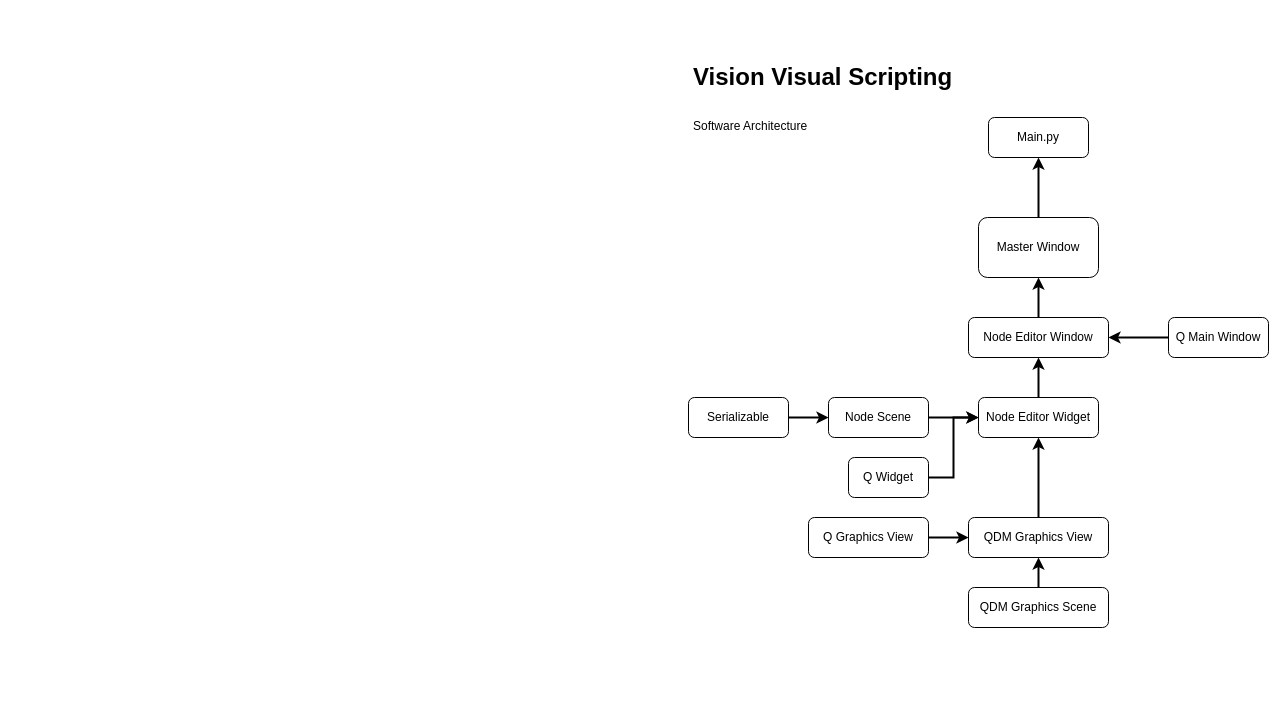
Above: VVS Architecture.drawio in Sheriff99yt/Vision_Visual_Scripting (draw.io), before the change. Source tidied: cells renumbered, new cells numbered last; positions are measured from the earlier drawing's top-left corner, leaving out a move shared by most shapes. Both pictures are drawn from the tidied source at 100%, with x=0, y=0 at pixel (688, 57).
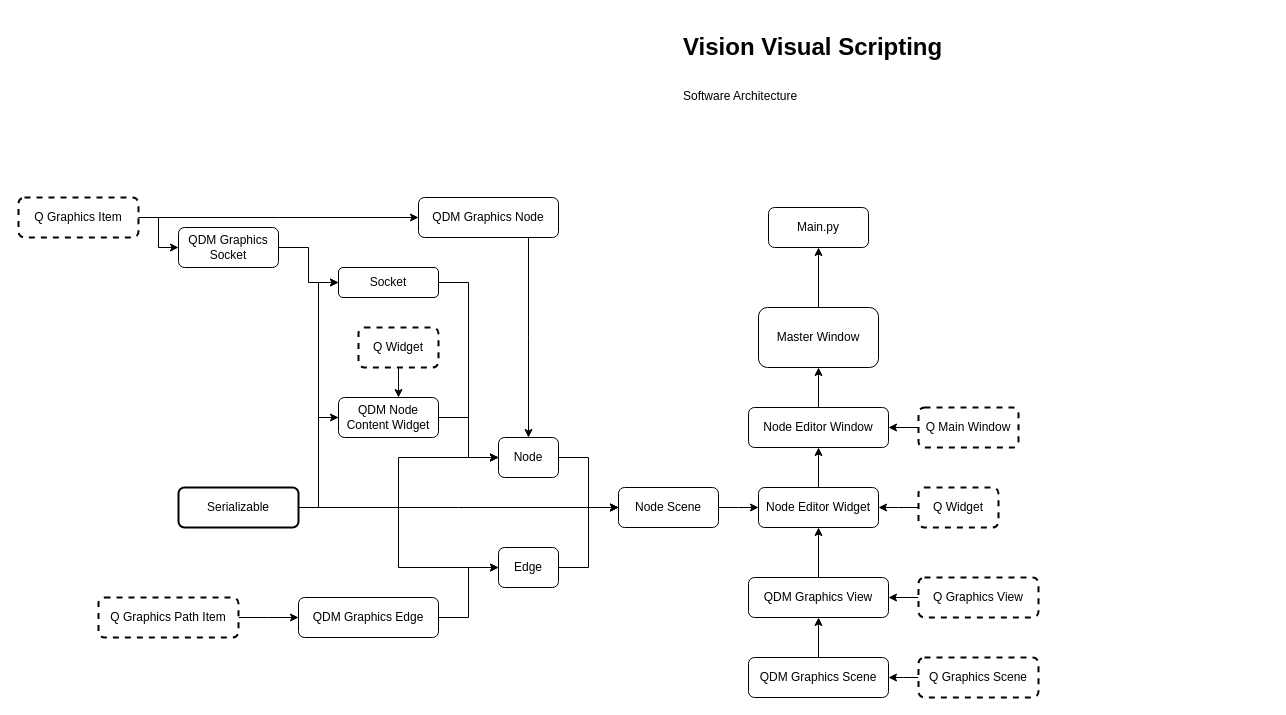
The same page after the edit.

What changed in the source:
```diff
@@
-    <mxCell id="2" value="&lt;h1&gt;&lt;span&gt;Vision Visual Scripting&lt;/span&gt;&lt;/h1&gt;&lt;h1&gt;&lt;span style=&quot;font-size: 12px ; font-weight: normal&quot;&gt;Software Architecture&lt;/span&gt;&lt;br&gt;&lt;/h1&gt;" style="text;html=1;strokeColor=none;fillColor=none;spacing=5;spacingTop=-20;whiteSpace=wrap;overflow=hidden;rounded=0;" parent="1" vertex="1">
-      <mxGeometry width="340" height="110" as="geometry" />
+    <mxCell id="2" value="&lt;h1&gt;&lt;span&gt;Vision Visual Scripting&lt;/span&gt;&lt;/h1&gt;&lt;h1&gt;&lt;span style=&quot;font-size: 12px ; font-weight: normal&quot;&gt;Software Architecture&lt;/span&gt;&lt;br&gt;&lt;/h1&gt;" style="text;html=1;strokeColor=none;fillColor=none;spacing=5;spacingTop=-20;whiteSpace=wrap;overflow=hidden;rounded=0;strokeWidth=1;" parent="1" vertex="1">
+      <mxGeometry x="-10" y="-30" width="340" height="110" as="geometry" />
     </mxCell>
-    <mxCell id="3" style="rounded=0;jettySize=auto;html=1;endArrow=none;endFill=0;startArrow=classic;startFill=1;strokeWidth=2;" parent="1" edge="1" source="4" target="6">
+    <mxCell id="3" style="rounded=0;jettySize=auto;html=1;endArrow=none;endFill=0;startArrow=classic;startFill=1;strokeWidth=1;" parent="1" edge="1" source="4" target="6">
       <mxGeometry relative="1" as="geometry" />
     </mxCell>
-    <mxCell id="4" value="Main.py" style="rounded=1;whiteSpace=wrap;html=1;" parent="1" vertex="1">
-      <mxGeometry x="300" y="60" width="100" height="40" as="geometry" />
+    <mxCell id="4" value="Main.py" style="rounded=1;whiteSpace=wrap;html=1;strokeWidth=1;" parent="1" vertex="1">
+      <mxGeometry x="80" y="150" width="100" height="40" as="geometry" />
     </mxCell>
-    <mxCell id="5" style="rounded=0;jettySize=auto;html=1;jumpSize=6;jumpStyle=none;targetPerimeterSpacing=0;strokeWidth=2;" parent="1" edge="1" source="9" target="6">
+    <mxCell id="5" style="rounded=0;jettySize=auto;html=1;jumpSize=6;jumpStyle=none;targetPerimeterSpacing=0;strokeWidth=1;" parent="1" edge="1" source="9" target="6">
       <mxGeometry relative="1" as="geometry" />
     </mxCell>
-    <mxCell id="6" value="Master Window" style="whiteSpace=wrap;html=1;rounded=1;" parent="1" vertex="1">
-      <mxGeometry x="290" y="160" width="120" height="60" as="geometry" />
+    <mxCell id="6" value="Master Window" style="whiteSpace=wrap;html=1;rounded=1;strokeWidth=1;" parent="1" vertex="1">
+      <mxGeometry x="70" y="250" width="120" height="60" as="geometry" />
     </mxCell>
-    <mxCell id="7" style="rounded=0;jettySize=auto;html=1;startArrow=classic;startFill=1;endArrow=none;endFill=0;strokeWidth=2;" parent="1" edge="1" source="9" target="10">
+    <mxCell id="7" style="rounded=0;jettySize=auto;html=1;startArrow=classic;startFill=1;endArrow=none;endFill=0;strokeWidth=1;" parent="1" edge="1" source="9" target="10">
       <mxGeometry relative="1" as="geometry" />
     </mxCell>
-    <mxCell id="8" style="rounded=0;jettySize=auto;html=1;startArrow=classic;startFill=1;endArrow=none;endFill=0;strokeWidth=2;" parent="1" edge="1" source="9" target="14">
+    <mxCell id="8" style="rounded=0;jettySize=auto;html=1;startArrow=classic;startFill=1;endArrow=none;endFill=0;strokeWidth=1;" parent="1" edge="1" source="9" target="14">
       <mxGeometry relative="1" as="geometry" />
     </mxCell>
-    <mxCell id="9" value="Node Editor Window" style="whiteSpace=wrap;html=1;rounded=1;" parent="1" vertex="1">
-      <mxGeometry x="280" y="260" width="140" height="40" as="geometry" />
+    <mxCell id="9" value="Node Editor Window" style="whiteSpace=wrap;html=1;rounded=1;strokeWidth=1;" parent="1" vertex="1">
+      <mxGeometry x="60" y="350" width="140" height="40" as="geometry" />
     </mxCell>
-    <mxCell id="10" value="Q Main Window" style="whiteSpace=wrap;html=1;rounded=1;" parent="1" vertex="1">
-      <mxGeometry x="480" y="260" width="100" height="40" as="geometry" />
+    <mxCell id="10" value="Q Main Window" style="whiteSpace=wrap;html=1;rounded=1;strokeWidth=2;dashed=1;" parent="1" vertex="1">
+      <mxGeometry x="230" y="350" width="100" height="40" as="geometry" />
     </mxCell>
-    <mxCell id="11" style="rounded=0;jettySize=auto;html=1;startArrow=classic;startFill=1;endArrow=none;endFill=0;strokeWidth=2;edgeStyle=elbowEdgeStyle;" parent="1" edge="1" source="14" target="15">
-      <mxGeometry relative="1" as="geometry" />
-    </mxCell>
-    <mxCell id="12" style="rounded=0;jettySize=auto;html=1;startArrow=classic;startFill=1;endArrow=none;endFill=0;strokeWidth=2;" parent="1" edge="1" source="14" target="17">
+    <mxCell id="12" style="rounded=0;jettySize=auto;html=1;startArrow=classic;startFill=1;endArrow=none;endFill=0;strokeWidth=1;edgeStyle=elbowEdgeStyle;" parent="1" edge="1" source="14" target="17">
       <mxGeometry relative="1" as="geometry" />
     </mxCell>
-    <mxCell id="13" style="rounded=0;jettySize=auto;html=1;startArrow=classic;startFill=1;endArrow=none;endFill=0;strokeWidth=2;" parent="1" edge="1" source="14" target="20">
+    <mxCell id="13" style="rounded=0;jettySize=auto;html=1;startArrow=classic;startFill=1;endArrow=none;endFill=0;strokeWidth=1;" parent="1" edge="1" source="14" target="20">
       <mxGeometry relative="1" as="geometry" />
     </mxCell>
+    <mxCell id="24" style="edgeStyle=elbowEdgeStyle;rounded=0;jumpStyle=none;jumpSize=6;jettySize=auto;html=1;startArrow=classic;startFill=1;endArrow=none;endFill=0;targetPerimeterSpacing=0;strokeWidth=1;" parent="1" edge="1" source="14" target="50">
+      <mxGeometry relative="1" as="geometry" />
+    </mxCell>
-    <mxCell id="14" value="Node Editor Widget" style="whiteSpace=wrap;html=1;rounded=1;" parent="1" vertex="1">
-      <mxGeometry x="290" y="340" width="120" height="40" as="geometry" />
+    <mxCell id="14" value="Node Editor Widget" style="whiteSpace=wrap;html=1;rounded=1;strokeWidth=1;" parent="1" vertex="1">
+      <mxGeometry x="70" y="430" width="120" height="40" as="geometry" />
     </mxCell>
-    <mxCell id="15" value="Q Widget" style="whiteSpace=wrap;html=1;rounded=1;" parent="1" vertex="1">
-      <mxGeometry x="160" y="400" width="80" height="40" as="geometry" />
+    <mxCell id="15" value="Q Widget" style="whiteSpace=wrap;html=1;rounded=1;strokeWidth=2;dashed=1;" parent="1" vertex="1">
+      <mxGeometry x="-330" y="270" width="80" height="40" as="geometry" />
     </mxCell>
+    <mxCell id="25" style="edgeStyle=elbowEdgeStyle;rounded=0;jumpStyle=none;jumpSize=6;jettySize=auto;html=1;startArrow=classic;startFill=1;endArrow=none;endFill=0;endSize=12;targetPerimeterSpacing=0;strokeWidth=1;" parent="1" edge="1" source="17" target="32">
+      <mxGeometry relative="1" as="geometry" />
+    </mxCell>
-    <mxCell id="16" style="rounded=0;jettySize=auto;html=1;startArrow=classic;startFill=1;endArrow=none;endFill=0;strokeWidth=2;" parent="1" edge="1" source="17" target="21">
+    <mxCell id="16" style="edgeStyle=elbowEdgeStyle;rounded=0;jumpStyle=none;jumpSize=6;jettySize=auto;html=1;startArrow=classic;startFill=1;endArrow=none;endFill=0;targetPerimeterSpacing=0;strokeWidth=1;" parent="1" edge="1" source="17" target="21">
       <mxGeometry relative="1" as="geometry" />
     </mxCell>
-    <mxCell id="17" value="Node Scene" style="whiteSpace=wrap;html=1;rounded=1;" parent="1" vertex="1">
-      <mxGeometry x="140" y="340" width="100" height="40" as="geometry" />
+    <mxCell id="17" value="Node Scene" style="whiteSpace=wrap;html=1;rounded=1;strokeWidth=1;" parent="1" vertex="1">
+      <mxGeometry x="-70" y="430" width="100" height="40" as="geometry" />
     </mxCell>
-    <mxCell id="18" style="rounded=0;jettySize=auto;html=1;startArrow=classic;startFill=1;endArrow=none;endFill=0;strokeWidth=2;" parent="1" edge="1" source="20" target="22">
+    <mxCell id="18" style="rounded=0;jettySize=auto;html=1;startArrow=classic;startFill=1;endArrow=none;endFill=0;strokeWidth=1;" parent="1" edge="1" source="20" target="22">
       <mxGeometry relative="1" as="geometry" />
     </mxCell>
-    <mxCell id="19" style="rounded=0;jettySize=auto;html=1;startArrow=classic;startFill=1;endArrow=none;endFill=0;strokeWidth=2;" parent="1" edge="1" source="20" target="23">
+    <mxCell id="19" style="rounded=0;jettySize=auto;html=1;startArrow=classic;startFill=1;endArrow=none;endFill=0;strokeWidth=1;" parent="1" edge="1" source="20" target="23">
       <mxGeometry relative="1" as="geometry" />
     </mxCell>
-    <mxCell id="20" value="QDM Graphics View" style="whiteSpace=wrap;html=1;rounded=1;" parent="1" vertex="1">
-      <mxGeometry x="280" y="460" width="140" height="40" as="geometry" />
+    <mxCell id="20" value="QDM Graphics View" style="whiteSpace=wrap;html=1;rounded=1;strokeWidth=1;" parent="1" vertex="1">
+      <mxGeometry x="60" y="520" width="140" height="40" as="geometry" />
     </mxCell>
-    <mxCell id="21" value="Serializable" style="whiteSpace=wrap;html=1;rounded=1;" parent="1" vertex="1">
-      <mxGeometry y="340" width="100" height="40" as="geometry" />
+    <mxCell id="21" value="Serializable" style="whiteSpace=wrap;html=1;rounded=1;strokeWidth=2;strokeColor=#050000;" parent="1" vertex="1">
+      <mxGeometry x="-510" y="430" width="120" height="40" as="geometry" />
     </mxCell>
-    <mxCell id="22" value="Q Graphics View" style="whiteSpace=wrap;html=1;rounded=1;" parent="1" vertex="1">
-      <mxGeometry x="120" y="460" width="120" height="40" as="geometry" />
+    <mxCell id="22" value="Q Graphics View" style="whiteSpace=wrap;html=1;rounded=1;strokeWidth=2;dashed=1;" parent="1" vertex="1">
+      <mxGeometry x="230" y="520" width="120" height="40" as="geometry" />
     </mxCell>
+    <mxCell id="26" style="edgeStyle=elbowEdgeStyle;rounded=0;jumpStyle=none;jumpSize=6;jettySize=auto;html=1;startArrow=classic;startFill=1;endArrow=none;endFill=0;targetPerimeterSpacing=0;strokeWidth=1;" parent="1" edge="1" source="23" target="53">
+      <mxGeometry relative="1" as="geometry" />
+    </mxCell>
-    <mxCell id="23" value="QDM Graphics Scene" style="whiteSpace=wrap;html=1;rounded=1;" parent="1" vertex="1">
-      <mxGeometry x="280" y="530" width="140" height="40" as="geometry" />
+    <mxCell id="23" value="QDM Graphics Scene" style="whiteSpace=wrap;html=1;rounded=1;strokeWidth=1;" parent="1" vertex="1">
+      <mxGeometry x="60" y="600" width="140" height="40" as="geometry" />
     </mxCell>
+    <mxCell id="27" style="rounded=0;jumpStyle=none;jumpSize=6;jettySize=auto;html=1;startArrow=none;startFill=1;endArrow=none;endFill=0;endSize=12;targetPerimeterSpacing=0;strokeWidth=1;edgeStyle=elbowEdgeStyle;" parent="1" edge="1" source="51" target="21">
+      <mxGeometry relative="1" as="geometry" />
+    </mxCell>
+    <mxCell id="28" style="edgeStyle=elbowEdgeStyle;rounded=0;jumpStyle=none;jumpSize=6;jettySize=auto;html=1;startArrow=classic;startFill=1;endArrow=none;endFill=0;endSize=12;targetPerimeterSpacing=0;strokeWidth=1;" parent="1" edge="1" source="32" target="34">
+      <mxGeometry relative="1" as="geometry" />
+    </mxCell>
+    <mxCell id="29" style="rounded=0;jumpStyle=none;jumpSize=6;jettySize=auto;html=1;startArrow=classic;startFill=1;endArrow=none;endFill=0;endSize=12;targetPerimeterSpacing=0;strokeWidth=1;edgeStyle=elbowEdgeStyle;" parent="1" edge="1" source="32" target="51">
+      <mxGeometry relative="1" as="geometry" />
+    </mxCell>
+    <mxCell id="30" style="rounded=0;jumpStyle=none;jumpSize=6;jettySize=auto;html=1;startArrow=classic;startFill=1;endArrow=none;endFill=0;targetPerimeterSpacing=0;strokeWidth=1;edgeStyle=elbowEdgeStyle;" parent="1" edge="1" source="32" target="39">
+      <mxGeometry relative="1" as="geometry" />
+    </mxCell>
+    <mxCell id="31" style="edgeStyle=elbowEdgeStyle;rounded=0;jumpStyle=none;jumpSize=6;jettySize=auto;html=1;startArrow=classic;startFill=1;endArrow=none;endFill=0;targetPerimeterSpacing=0;strokeWidth=1;" parent="1" edge="1" source="32" target="21">
+      <mxGeometry relative="1" as="geometry" />
+    </mxCell>
+    <mxCell id="32" value="Node" style="whiteSpace=wrap;html=1;rounded=1;strokeWidth=1;" parent="1" vertex="1">
+      <mxGeometry x="-190" y="380" width="60" height="40" as="geometry" />
+    </mxCell>
+    <mxCell id="33" style="edgeStyle=elbowEdgeStyle;rounded=0;jumpStyle=none;jumpSize=6;jettySize=auto;html=1;startArrow=classic;startFill=1;endArrow=none;endFill=0;endSize=12;targetPerimeterSpacing=0;strokeWidth=1;" parent="1" edge="1" source="34" target="40">
+      <mxGeometry relative="1" as="geometry" />
+    </mxCell>
+    <mxCell id="34" value="QDM Graphics Node" style="rounded=1;whiteSpace=wrap;html=1;strokeWidth=1;" parent="1" vertex="1">
+      <mxGeometry x="-270" y="140" width="140" height="40" as="geometry" />
+    </mxCell>
+    <mxCell id="35" style="edgeStyle=elbowEdgeStyle;rounded=0;jumpStyle=none;jumpSize=6;jettySize=auto;html=1;startArrow=classic;startFill=1;endArrow=none;endFill=0;endSize=12;targetPerimeterSpacing=0;strokeWidth=1;" parent="1" edge="1" source="51" target="15">
+      <mxGeometry relative="1" as="geometry" />
+    </mxCell>
+    <mxCell id="36" style="rounded=0;jumpStyle=none;jumpSize=6;jettySize=auto;html=1;startArrow=classic;startFill=1;endArrow=none;endFill=0;endSize=12;targetPerimeterSpacing=0;strokeWidth=1;edgeStyle=elbowEdgeStyle;" parent="1" edge="1" source="51" target="21">
+      <mxGeometry relative="1" as="geometry" />
+    </mxCell>
+    <mxCell id="37" style="rounded=0;jumpStyle=none;jumpSize=6;jettySize=auto;html=1;startArrow=classic;startFill=1;endArrow=none;endFill=0;endSize=12;targetPerimeterSpacing=0;strokeWidth=1;edgeStyle=elbowEdgeStyle;" parent="1" edge="1" source="39" target="21">
+      <mxGeometry relative="1" as="geometry" />
+    </mxCell>
+    <mxCell id="38" style="edgeStyle=elbowEdgeStyle;rounded=0;jumpStyle=none;jumpSize=6;jettySize=auto;html=1;startArrow=classic;startFill=1;endArrow=none;endFill=0;targetPerimeterSpacing=0;strokeWidth=1;" parent="1" edge="1" source="39" target="42">
+      <mxGeometry relative="1" as="geometry" />
+    </mxCell>
+    <mxCell id="39" value="Socket" style="rounded=1;whiteSpace=wrap;html=1;strokeWidth=1;" parent="1" vertex="1">
+      <mxGeometry x="-350" y="210" width="100" height="30" as="geometry" />
+    </mxCell>
+    <mxCell id="40" value="Q Graphics Item" style="whiteSpace=wrap;html=1;rounded=1;strokeWidth=2;dashed=1;" parent="1" vertex="1">
+      <mxGeometry x="-670" y="140" width="120" height="40" as="geometry" />
+    </mxCell>
+    <mxCell id="41" style="edgeStyle=elbowEdgeStyle;rounded=0;jumpStyle=none;jumpSize=6;jettySize=auto;html=1;startArrow=classic;startFill=1;endArrow=none;endFill=0;targetPerimeterSpacing=0;strokeWidth=1;" parent="1" edge="1" source="42" target="40">
+      <mxGeometry relative="1" as="geometry" />
+    </mxCell>
+    <mxCell id="42" value="QDM Graphics Socket" style="whiteSpace=wrap;html=1;rounded=1;strokeWidth=1;" parent="1" vertex="1">
+      <mxGeometry x="-510" y="170" width="100" height="40" as="geometry" />
+    </mxCell>
+    <mxCell id="43" style="edgeStyle=elbowEdgeStyle;rounded=0;jumpStyle=none;jumpSize=6;jettySize=auto;html=1;startArrow=classic;startFill=1;endArrow=none;endFill=0;strokeWidth=1;sourcePerimeterSpacing=0;" parent="1" edge="1" source="17" target="46">
+      <mxGeometry relative="1" as="geometry" />
+    </mxCell>
+    <mxCell id="44" style="edgeStyle=elbowEdgeStyle;rounded=0;jumpStyle=none;jumpSize=6;jettySize=auto;html=1;startArrow=classic;startFill=1;endArrow=none;endFill=0;targetPerimeterSpacing=0;strokeWidth=1;" parent="1" edge="1" source="46" target="48">
+      <mxGeometry relative="1" as="geometry" />
+    </mxCell>
+    <mxCell id="45" style="edgeStyle=elbowEdgeStyle;rounded=0;jumpStyle=none;jumpSize=6;jettySize=auto;html=1;startArrow=classic;startFill=1;endArrow=none;endFill=0;targetPerimeterSpacing=0;strokeWidth=1;" parent="1" edge="1" source="46" target="21">
+      <mxGeometry relative="1" as="geometry" />
+    </mxCell>
+    <mxCell id="46" value="Edge" style="whiteSpace=wrap;html=1;rounded=1;strokeWidth=1;" parent="1" vertex="1">
+      <mxGeometry x="-190" y="490" width="60" height="40" as="geometry" />
+    </mxCell>
+    <mxCell id="47" style="edgeStyle=elbowEdgeStyle;rounded=0;jumpStyle=none;jumpSize=6;jettySize=auto;html=1;startArrow=classic;startFill=1;endArrow=none;endFill=0;targetPerimeterSpacing=0;strokeWidth=1;" parent="1" edge="1" source="48" target="49">
+      <mxGeometry relative="1" as="geometry" />
+    </mxCell>
+    <mxCell id="48" value="QDM Graphics Edge" style="whiteSpace=wrap;html=1;rounded=1;strokeWidth=1;" parent="1" vertex="1">
+      <mxGeometry x="-390" y="540" width="140" height="40" as="geometry" />
+    </mxCell>
+    <mxCell id="49" value="Q Graphics Path Item" style="whiteSpace=wrap;html=1;rounded=1;strokeWidth=2;dashed=1;" parent="1" vertex="1">
+      <mxGeometry x="-590" y="540" width="140" height="40" as="geometry" />
+    </mxCell>
+    <mxCell id="50" value="Q Widget" style="whiteSpace=wrap;html=1;rounded=1;strokeWidth=2;dashed=1;" parent="1" vertex="1">
+      <mxGeometry x="230" y="430" width="80" height="40" as="geometry" />
+    </mxCell>
+    <mxCell id="51" value="QDM Node Content Widget" style="rounded=1;whiteSpace=wrap;html=1;strokeWidth=1;" parent="1" vertex="1">
+      <mxGeometry x="-350" y="340" width="100" height="40" as="geometry" />
+    </mxCell>
+    <mxCell id="52" style="rounded=0;jumpStyle=none;jumpSize=6;jettySize=auto;html=1;startArrow=classic;startFill=1;endArrow=none;endFill=0;endSize=12;strokeWidth=1;edgeStyle=elbowEdgeStyle;" parent="1" edge="1" source="32" target="51">
+      <mxGeometry relative="1" as="geometry" />
+    </mxCell>
+    <mxCell id="53" value="Q Graphics Scene" style="whiteSpace=wrap;html=1;rounded=1;strokeWidth=2;dashed=1;" parent="1" vertex="1">
+      <mxGeometry x="230" y="600" width="120" height="40" as="geometry" />
+    </mxCell>
```
